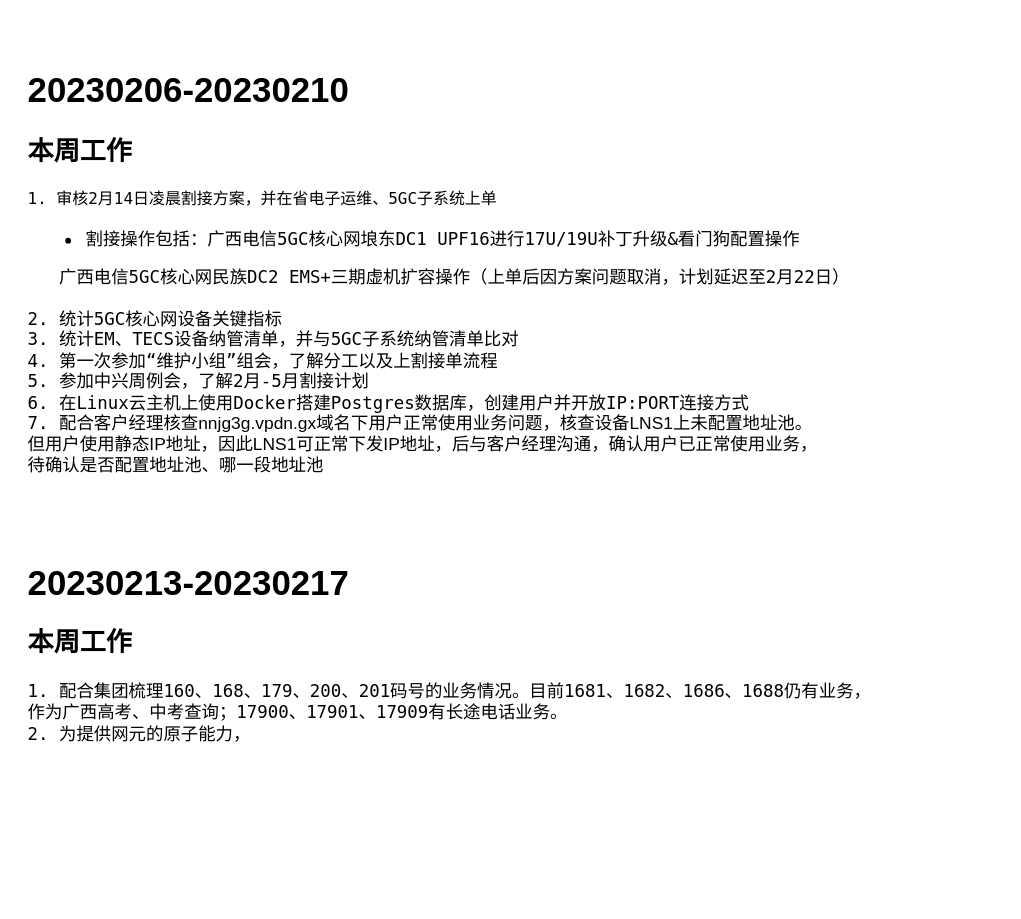
Before: 2023周报.drawio in muyingluo1997/drawio, a draw.io diagram. Source tidied: cells renumbered, new cells numbered last; positions are measured from the earlier drawing's top-left corner, leaving out a move shared by most shapes. Both pictures are drawn from the tidied source at 145%, with x=0, y=0 at pixel (25, 25).
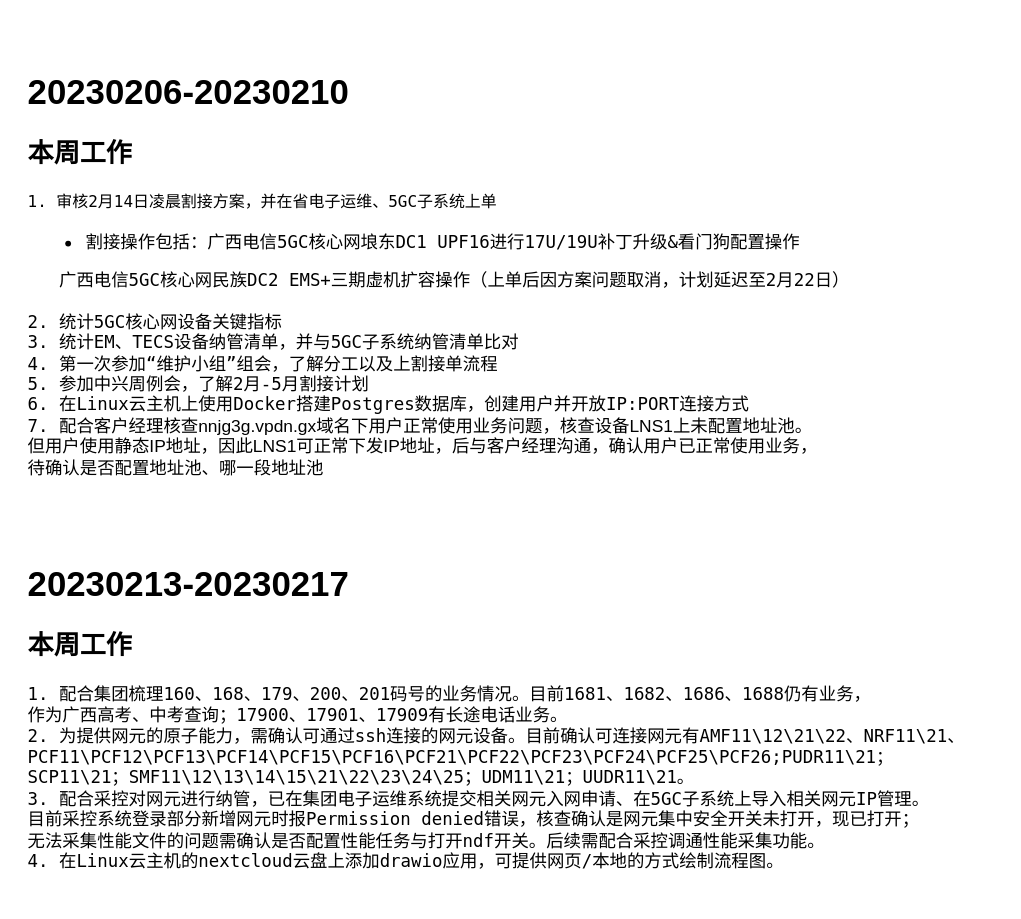
The same diagram, later.

The edit, as a diff of the source:
```diff
@@
 <mxGraphModel>
   <root>
     <mxCell id="0" />
     <mxCell id="1" parent="0" />
-    <mxCell id="2" value="&lt;h1 style=&quot;line-height: 120%;&quot;&gt;20230206-20230210&lt;/h1&gt;&lt;h2 style=&quot;line-height: 120%;&quot;&gt;&lt;font face=&quot;Lucida Console&quot;&gt;本周工作&lt;/font&gt;&lt;/h2&gt;&lt;div style=&quot;line-height: 120%;&quot;&gt;&lt;font style=&quot;font-size: 11px;&quot; face=&quot;Lucida Console&quot;&gt;1. 审核2月14日凌晨割接方案，并在省电子运维、5GC子系统上单&lt;/font&gt;&lt;/div&gt;&lt;div style=&quot;line-height: 120%;&quot;&gt;&lt;ul style=&quot;line-height: 120%;&quot;&gt;&lt;li&gt;&lt;font style=&quot;&quot; face=&quot;Lucida Console&quot;&gt;割接操作包括：广西电信5GC核心网埌东DC1 UPF16进行17U/19U补丁升级&amp;amp;看门狗配置操作&lt;/font&gt;&lt;/li&gt;&lt;/ul&gt;&lt;font face=&quot;Lucida Console&quot;&gt;&lt;span style=&quot;&quot;&gt; &lt;/span&gt;&lt;span style=&quot;&quot;&gt; &lt;/span&gt;&amp;nbsp;&lt;span style=&quot;&quot;&gt; &lt;/span&gt;&lt;span style=&quot;&quot;&gt; &lt;/span&gt;&amp;nbsp;广西电信5GC核心网民族DC2 EMS+三期虚机扩容操作（上单后因方案问题取消，计划延迟至2月22日）&lt;br&gt;&lt;/font&gt;&lt;div&gt;&lt;div&gt;&lt;div&gt;&lt;font face=&quot;Lucida Console&quot;&gt;&lt;br&gt;&lt;/font&gt;&lt;/div&gt;&lt;/div&gt;&lt;/div&gt;&lt;div&gt;&lt;font face=&quot;Lucida Console&quot;&gt;2. 统计5GC核心网设备关键指标&lt;/font&gt;&lt;/div&gt;&lt;div&gt;&lt;font face=&quot;Lucida Console&quot;&gt;3. 统计EM、TECS设备纳管清单，并与5GC子系统纳管清单比对&lt;/font&gt;&lt;/div&gt;&lt;div&gt;&lt;font face=&quot;Lucida Console&quot;&gt;4. 第一次参加“维护小组”组会，了解分工以及上割接单流程&lt;/font&gt;&lt;/div&gt;&lt;div&gt;&lt;font face=&quot;Lucida Console&quot;&gt;5. 参加中兴周例会，了解2月-5月割接计划&lt;/font&gt;&lt;/div&gt;&lt;div&gt;&lt;font face=&quot;Lucida Console&quot;&gt;6. 在Linux云主机上使用Docker搭建Postgres数据库，创建用户并开放IP:PORT连接方式&lt;/font&gt;&lt;/div&gt;&lt;div&gt;&lt;font face=&quot;Lucida Console&quot;&gt;7. 配合客户经理核查&lt;/font&gt;nnjg3g.vpdn.gx域名下用户正常使用业务问题，核查设备LNS1上未配置地址池。&lt;/div&gt;&lt;div&gt;但用户使用静态IP地址，因此LNS1可正常下发IP地址，后与客户经理沟通，确认用户已正常使用业务，&lt;/div&gt;&lt;div&gt;待确认是否配置地址池、哪一段地址池&lt;/div&gt;&lt;div&gt;&lt;br&gt;&lt;/div&gt;&lt;div&gt;&lt;br&gt;&lt;/div&gt;&lt;div&gt;&lt;br&gt;&lt;/div&gt;&lt;div&gt;&lt;h1 style=&quot;border-color: var(--border-color); line-height: 28.8px;&quot;&gt;20230213-20230217&lt;/h1&gt;&lt;/div&gt;&lt;div&gt;&lt;h2 style=&quot;border-color: var(--border-color); line-height: 21.6px;&quot;&gt;&lt;font style=&quot;border-color: var(--border-color);&quot; face=&quot;Lucida Console&quot;&gt;本周工作&lt;/font&gt;&lt;/h2&gt;&lt;/div&gt;&lt;div&gt;&lt;font style=&quot;border-color: var(--border-color);&quot; face=&quot;Lucida Console&quot;&gt;1. 配合集团梳理160、168、179、200、201码号的业务情况。目前1681、1682、1686、1688仍有业务，&lt;/font&gt;&lt;/div&gt;&lt;div&gt;&lt;font style=&quot;border-color: var(--border-color);&quot; face=&quot;Lucida Console&quot;&gt;作为广西高考、中考查询；17900、17901、17909有长途电话业务。&lt;/font&gt;&lt;/div&gt;&lt;div&gt;&lt;font style=&quot;border-color: var(--border-color);&quot; face=&quot;Lucida Console&quot;&gt;2. 为提供网元的原子能力，&lt;/font&gt;&lt;/div&gt;&lt;/div&gt;" style="text;html=1;align=left;verticalAlign=middle;strokeColor=none;fillColor=none;" parent="1" vertex="1">
-      <mxGeometry width="610" height="510" as="geometry" />
+    <mxCell id="2" value="&lt;h1 style=&quot;line-height: 120%;&quot;&gt;20230206-20230210&lt;/h1&gt;&lt;h2 style=&quot;line-height: 120%;&quot;&gt;&lt;font face=&quot;Lucida Console&quot;&gt;本周工作&lt;/font&gt;&lt;/h2&gt;&lt;div style=&quot;line-height: 120%;&quot;&gt;&lt;font style=&quot;font-size: 11px;&quot; face=&quot;Lucida Console&quot;&gt;1. 审核2月14日凌晨割接方案，并在省电子运维、5GC子系统上单&lt;/font&gt;&lt;/div&gt;&lt;div style=&quot;line-height: 120%;&quot;&gt;&lt;ul style=&quot;line-height: 120%;&quot;&gt;&lt;li&gt;&lt;font style=&quot;&quot; face=&quot;Lucida Console&quot;&gt;割接操作包括：广西电信5GC核心网埌东DC1 UPF16进行17U/19U补丁升级&amp;amp;看门狗配置操作&lt;/font&gt;&lt;/li&gt;&lt;/ul&gt;&lt;font face=&quot;Lucida Console&quot;&gt;&lt;span style=&quot;&quot;&gt; &lt;/span&gt;&lt;span style=&quot;&quot;&gt; &lt;/span&gt;&amp;nbsp;&lt;span style=&quot;&quot;&gt; &lt;/span&gt;&lt;span style=&quot;&quot;&gt; &lt;/span&gt;&amp;nbsp;广西电信5GC核心网民族DC2 EMS+三期虚机扩容操作（上单后因方案问题取消，计划延迟至2月22日）&lt;br&gt;&lt;/font&gt;&lt;div&gt;&lt;div&gt;&lt;div&gt;&lt;font face=&quot;Lucida Console&quot;&gt;&lt;br&gt;&lt;/font&gt;&lt;/div&gt;&lt;/div&gt;&lt;/div&gt;&lt;div&gt;&lt;font face=&quot;Lucida Console&quot;&gt;2. 统计5GC核心网设备关键指标&lt;/font&gt;&lt;/div&gt;&lt;div&gt;&lt;font face=&quot;Lucida Console&quot;&gt;3. 统计EM、TECS设备纳管清单，并与5GC子系统纳管清单比对&lt;/font&gt;&lt;/div&gt;&lt;div&gt;&lt;font face=&quot;Lucida Console&quot;&gt;4. 第一次参加“维护小组”组会，了解分工以及上割接单流程&lt;/font&gt;&lt;/div&gt;&lt;div&gt;&lt;font face=&quot;Lucida Console&quot;&gt;5. 参加中兴周例会，了解2月-5月割接计划&lt;/font&gt;&lt;/div&gt;&lt;div&gt;&lt;font face=&quot;Lucida Console&quot;&gt;6. 在Linux云主机上使用Docker搭建Postgres数据库，创建用户并开放IP:PORT连接方式&lt;/font&gt;&lt;/div&gt;&lt;div&gt;&lt;font face=&quot;Lucida Console&quot;&gt;7. 配合客户经理核查&lt;/font&gt;nnjg3g.vpdn.gx域名下用户正常使用业务问题，核查设备LNS1上未配置地址池。&lt;/div&gt;&lt;div&gt;但用户使用静态IP地址，因此LNS1可正常下发IP地址，后与客户经理沟通，确认用户已正常使用业务，&lt;/div&gt;&lt;div&gt;待确认是否配置地址池、哪一段地址池&lt;/div&gt;&lt;div&gt;&lt;br&gt;&lt;/div&gt;&lt;div&gt;&lt;br&gt;&lt;/div&gt;&lt;div&gt;&lt;br&gt;&lt;/div&gt;&lt;div&gt;&lt;h1 style=&quot;border-color: var(--border-color); line-height: 28.8px;&quot;&gt;20230213-20230217&lt;/h1&gt;&lt;/div&gt;&lt;div&gt;&lt;h2 style=&quot;border-color: var(--border-color); line-height: 21.6px;&quot;&gt;&lt;font style=&quot;border-color: var(--border-color);&quot; face=&quot;Lucida Console&quot;&gt;本周工作&lt;/font&gt;&lt;/h2&gt;&lt;/div&gt;&lt;div&gt;&lt;font style=&quot;border-color: var(--border-color);&quot; face=&quot;Lucida Console&quot;&gt;1. 配合集团梳理160、168、179、200、201码号的业务情况。目前1681、1682、1686、1688仍有业务，&lt;/font&gt;&lt;/div&gt;&lt;div&gt;&lt;font style=&quot;border-color: var(--border-color);&quot; face=&quot;Lucida Console&quot;&gt;作为广西高考、中考查询；17900、17901、17909有长途电话业务。&lt;/font&gt;&lt;/div&gt;&lt;div&gt;&lt;font style=&quot;border-color: var(--border-color);&quot; face=&quot;Lucida Console&quot;&gt;2. 为提供网元的原子能力，需确认可通过ssh连接的网元设备。目前确认可连接网元有AMF11\12\21\22、NRF11\21、&lt;/font&gt;&lt;/div&gt;&lt;div&gt;&lt;font style=&quot;border-color: var(--border-color);&quot; face=&quot;Lucida Console&quot;&gt;PCF11\PCF12\PCF13\PCF14\PCF15\PCF16\PCF21\PCF22\PCF23\PCF24\PCF25\PCF26;PUDR11\21；&lt;/font&gt;&lt;/div&gt;&lt;div&gt;&lt;font style=&quot;border-color: var(--border-color);&quot; face=&quot;Lucida Console&quot;&gt;SCP11\21；SMF11\12\13\14\15\21\22\23\24\25；UDM11\21；UUDR11\21。&lt;/font&gt;&lt;/div&gt;&lt;div&gt;&lt;font style=&quot;border-color: var(--border-color);&quot; face=&quot;Lucida Console&quot;&gt;3. 配合采控对网元进行纳管，已在集团电子运维系统提交相关网元入网申请、在5GC子系统上导入相关网元IP管理。&lt;/font&gt;&lt;/div&gt;&lt;div&gt;&lt;font style=&quot;border-color: var(--border-color);&quot; face=&quot;Lucida Console&quot;&gt;目前采控系统登录部分新增网元时报Permission denied错误，核查确认是网元集中安全开关未打开，现已打开；&lt;/font&gt;&lt;/div&gt;&lt;div&gt;&lt;font style=&quot;border-color: var(--border-color);&quot; face=&quot;Lucida Console&quot;&gt;无法采集性能文件的问题需确认是否配置性能任务与打开ndf开关。后续需配合采控调通性能采集功能。&lt;/font&gt;&lt;/div&gt;&lt;div&gt;&lt;font style=&quot;border-color: var(--border-color);&quot; face=&quot;Lucida Console&quot;&gt;4. 在Linux云主机的nextcloud云盘上添加drawio应用，可提供网页/本地的方式绘制流程图。&lt;/font&gt;&lt;/div&gt;&lt;/div&gt;" style="text;html=1;align=left;verticalAlign=middle;strokeColor=none;fillColor=none;" parent="1" vertex="1">
+      <mxGeometry width="670" height="600" as="geometry" />
     </mxCell>
   </root>
 </mxGraphModel>
```
